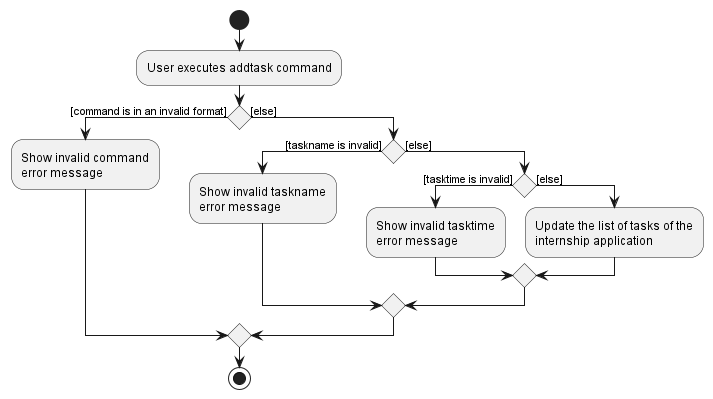
This is docs/images/AddTaskActivityDiagram.png from nus-cs2103-AY2223S1/tp, a PlantUML export, as it was before one commit.
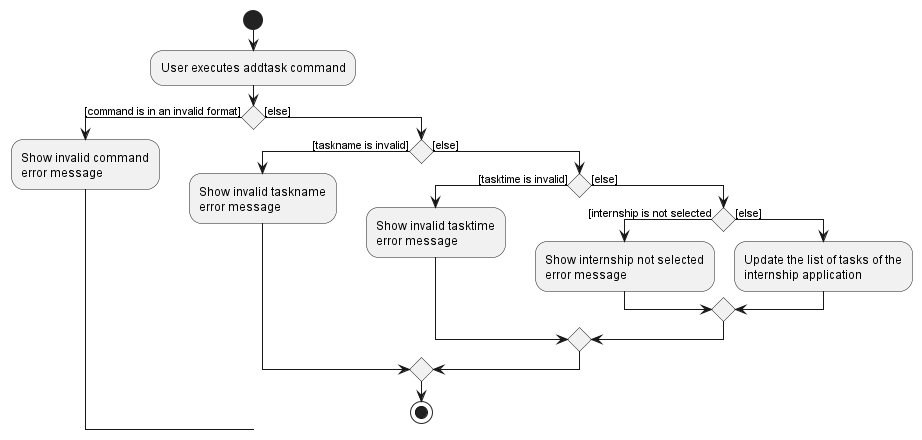
The same file after the commit.

Commit message:
Update add task activity diagram

What changed in the source:
```diff
@@ -18,6 +18,11 @@
         error message;
 
         else ([else])
+            if () then ([internship is not selected)
+            :Show internship not selected
+            error message;
+
+        else ([else])
         :Update the list of tasks of the
         internship application;
         endif
```
